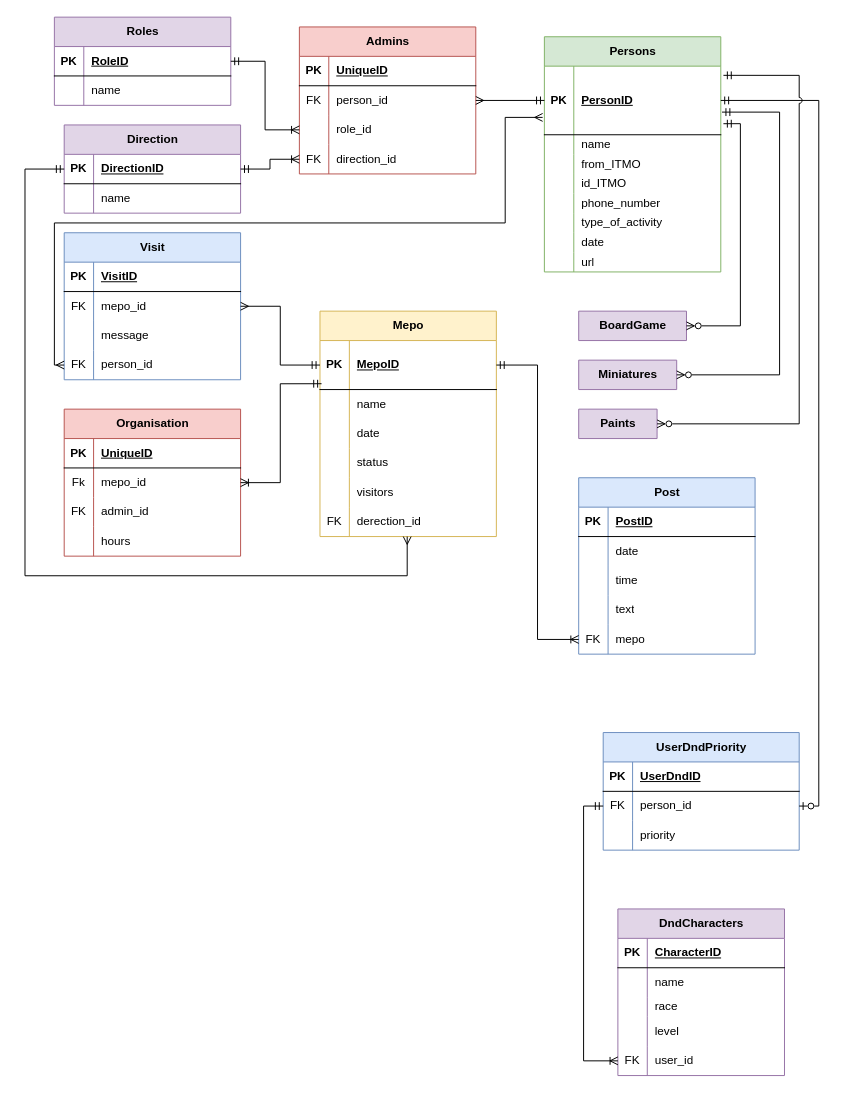
The draw.io diagram venv/Scripts/Тест.drawio in GooDDoGGoD/blog, before the edit. Source tidied: cells renumbered, new cells numbered last; positions are measured from the earlier drawing's top-left corner, leaving out a move shared by most shapes. Both pictures are drawn from the tidied source at 98%, with x=0, y=0 at pixel (24, 17).
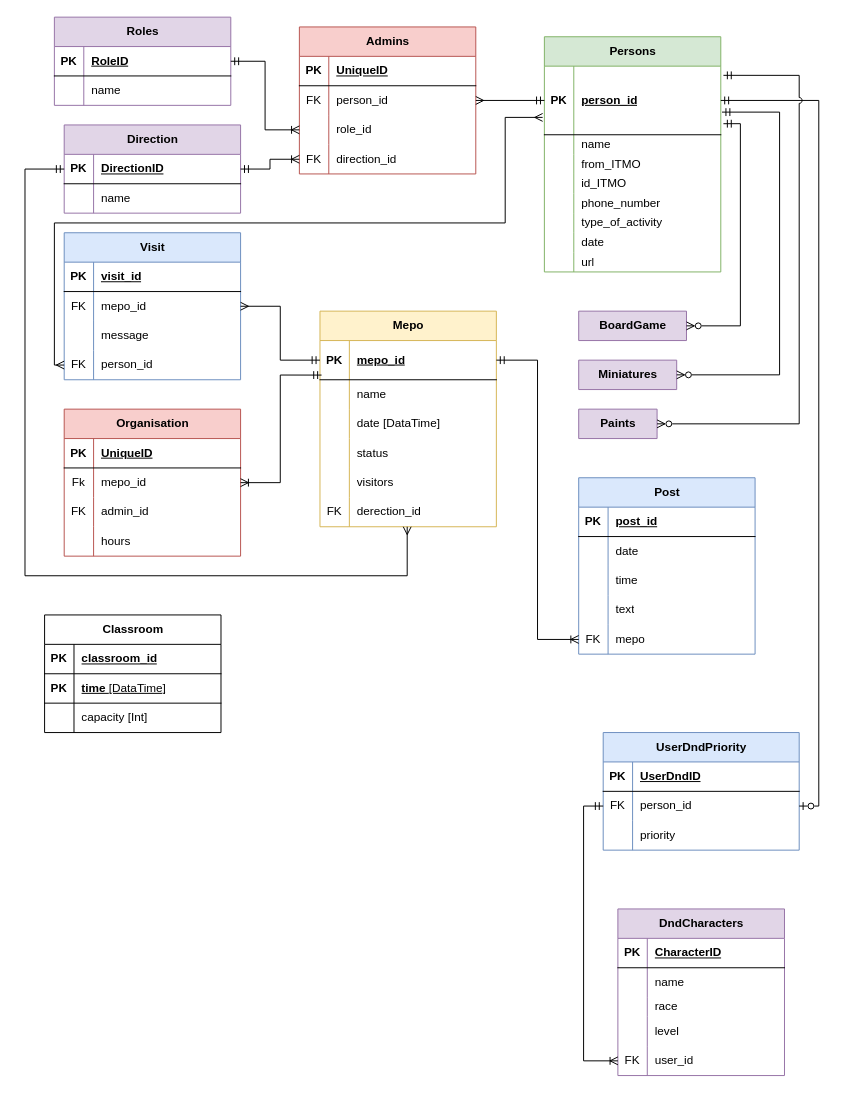
Above is the later version.

Unchanged cells that the change refers to:
```xml
<mxCell id="29" style="shape=tableRow;horizontal=0;startSize=0;swimlaneHead=0;swimlaneBody=0;fillColor=none;points=[[0,0.5],[1,0.5]];portConstraint=eastwest;top=0;left=0;right=0;bottom=1;" parent="28" vertex="1">
  <mxGeometry y="30" width="180" height="70" as="geometry" />
</mxCell>
<mxCell id="85" style="shape=tableRow;horizontal=0;startSize=0;swimlaneHead=0;swimlaneBody=0;fillColor=none;top=0;left=0;right=0;bottom=1;" parent="84" vertex="1">
  <mxGeometry y="30" width="180" height="30" as="geometry" />
</mxCell>
<mxCell id="138" style="shape=tableRow;horizontal=0;startSize=0;swimlaneHead=0;swimlaneBody=0;fillColor=none;top=0;left=0;right=0;bottom=1;" parent="137" vertex="1">
  <mxGeometry y="30" width="180" height="30" as="geometry" />
</mxCell>
```

Change to the diagram source:
```diff
@@
-    <mxCell id="31" value="PersonID" style="shape=partialRectangle;fillColor=none;top=0;left=0;bottom=0;right=0;align=left;spacingLeft=6;fontStyle=5;overflow=hidden;whiteSpace=wrap;html=1;" parent="29" vertex="1">
+    <mxCell id="31" value="person_id" style="shape=partialRectangle;fillColor=none;top=0;left=0;bottom=0;right=0;align=left;spacingLeft=6;fontStyle=5;overflow=hidden;whiteSpace=wrap;html=1;" parent="29" vertex="1">
       <mxGeometry x="30" width="150" height="70" as="geometry" />
     </mxCell>
@@
-    <mxCell id="87" value="VisitID" style="shape=partialRectangle;fillColor=none;top=0;left=0;bottom=0;right=0;align=left;spacingLeft=6;fontStyle=5;overflow=hidden;whiteSpace=wrap;html=1;" parent="85" vertex="1">
+    <mxCell id="87" value="visit_id" style="shape=partialRectangle;fillColor=none;top=0;left=0;bottom=0;right=0;align=left;spacingLeft=6;fontStyle=5;overflow=hidden;whiteSpace=wrap;html=1;" parent="85" vertex="1">
       <mxGeometry x="30" width="150" height="30" as="geometry" />
     </mxCell>
@@
     <mxCell id="97" value="Mepo" style="shape=table;startSize=30;childLayout=tableLayout;rowLines=0;fontStyle=1;align=center;html=1;fillColor=#fff2cc;strokeColor=#d6b656;" parent="1" vertex="1">
-      <mxGeometry x="301" y="300" width="180" height="230" as="geometry" />
+      <mxGeometry x="301" y="300" width="180" height="220" as="geometry" />
     </mxCell>
     <mxCell id="98" style="shape=tableRow;horizontal=0;startSize=0;swimlaneHead=0;swimlaneBody=0;fillColor=none;points=[[0,0.5],[1,0.5]];portConstraint=eastwest;top=0;left=0;right=0;bottom=1;" parent="97" vertex="1">
-      <mxGeometry y="30" width="180" height="50" as="geometry" />
+      <mxGeometry y="30" width="180" height="40" as="geometry" />
     </mxCell>
     <mxCell id="99" value="PK" style="shape=partialRectangle;fillColor=none;top=0;left=0;bottom=0;right=0;fontStyle=1;overflow=hidden;whiteSpace=wrap;html=1;" parent="98" vertex="1">
-      <mxGeometry width="30" height="50" as="geometry" />
+      <mxGeometry width="30" height="40" as="geometry" />
     </mxCell>
-    <mxCell id="100" value="MepoID" style="shape=partialRectangle;fillColor=none;top=0;left=0;bottom=0;right=0;align=left;spacingLeft=6;fontStyle=5;overflow=hidden;whiteSpace=wrap;html=1;" parent="98" vertex="1">
-      <mxGeometry x="30" width="150" height="50" as="geometry" />
+    <mxCell id="100" value="mepo_id" style="shape=partialRectangle;fillColor=none;top=0;left=0;bottom=0;right=0;align=left;spacingLeft=6;fontStyle=5;overflow=hidden;whiteSpace=wrap;html=1;" parent="98" vertex="1">
+      <mxGeometry x="30" width="150" height="40" as="geometry" />
     </mxCell>
     <mxCell id="101" style="shape=tableRow;horizontal=0;startSize=0;swimlaneHead=0;swimlaneBody=0;fillColor=none;top=0;left=0;right=0;bottom=0;" parent="97" vertex="1">
-      <mxGeometry y="80" width="180" height="30" as="geometry" />
+      <mxGeometry y="70" width="180" height="30" as="geometry" />
     </mxCell>
@@
     <mxCell id="104" style="shape=tableRow;horizontal=0;startSize=0;swimlaneHead=0;swimlaneBody=0;fillColor=none;top=0;left=0;right=0;bottom=0;" parent="97" vertex="1">
-      <mxGeometry y="110" width="180" height="30" as="geometry" />
+      <mxGeometry y="100" width="180" height="30" as="geometry" />
     </mxCell>
@@
-    <mxCell id="106" value="date" style="shape=partialRectangle;fillColor=none;top=0;left=0;bottom=0;right=0;align=left;spacingLeft=6;overflow=hidden;whiteSpace=wrap;html=1;" parent="104" vertex="1">
+    <mxCell id="106" value="date [DataTime]" style="shape=partialRectangle;fillColor=none;top=0;left=0;bottom=0;right=0;align=left;spacingLeft=6;overflow=hidden;whiteSpace=wrap;html=1;" parent="104" vertex="1">
       <mxGeometry x="30" width="150" height="30" as="geometry" />
     </mxCell>
     <mxCell id="107" style="shape=tableRow;horizontal=0;startSize=0;swimlaneHead=0;swimlaneBody=0;fillColor=none;top=0;left=0;right=0;bottom=0;" parent="97" vertex="1">
-      <mxGeometry y="140" width="180" height="30" as="geometry" />
+      <mxGeometry y="130" width="180" height="30" as="geometry" />
     </mxCell>
@@
     <mxCell id="110" style="shape=tableRow;horizontal=0;startSize=0;swimlaneHead=0;swimlaneBody=0;fillColor=none;top=0;left=0;right=0;bottom=0;" parent="97" vertex="1">
-      <mxGeometry y="170" width="180" height="30" as="geometry" />
+      <mxGeometry y="160" width="180" height="30" as="geometry" />
     </mxCell>
@@
     <mxCell id="113" style="shape=tableRow;horizontal=0;startSize=0;swimlaneHead=0;swimlaneBody=0;fillColor=none;points=[[0,0.5],[1,0.5]];portConstraint=eastwest;top=0;left=0;right=0;bottom=0;" parent="97" vertex="1">
-      <mxGeometry y="200" width="180" height="30" as="geometry" />
+      <mxGeometry y="190" width="180" height="30" as="geometry" />
     </mxCell>
@@
-    <mxCell id="140" value="PostID" style="shape=partialRectangle;fillColor=none;top=0;left=0;bottom=0;right=0;align=left;spacingLeft=6;fontStyle=5;overflow=hidden;whiteSpace=wrap;html=1;" parent="138" vertex="1">
+    <mxCell id="140" value="post_id" style="shape=partialRectangle;fillColor=none;top=0;left=0;bottom=0;right=0;align=left;spacingLeft=6;fontStyle=5;overflow=hidden;whiteSpace=wrap;html=1;" parent="138" vertex="1">
       <mxGeometry x="30" width="150" height="30" as="geometry" />
     </mxCell>
@@
+    <mxCell id="157" value="Classroom" style="shape=table;startSize=30;childLayout=tableLayout;rowLines=0;fontStyle=1;align=center;html=1;" parent="1" vertex="1">
+      <mxGeometry x="20" y="610" width="180" height="120" as="geometry" />
+    </mxCell>
+    <mxCell id="158" style="shape=tableRow;horizontal=0;startSize=0;swimlaneHead=0;swimlaneBody=0;fillColor=none;top=0;left=0;right=0;bottom=1;" parent="157" vertex="1">
+      <mxGeometry y="30" width="180" height="30" as="geometry" />
+    </mxCell>
+    <mxCell id="159" value="PK" style="shape=partialRectangle;fillColor=none;top=0;left=0;bottom=0;right=0;fontStyle=1;overflow=hidden;whiteSpace=wrap;html=1;" parent="158" vertex="1">
+      <mxGeometry width="30" height="30" as="geometry" />
+    </mxCell>
+    <mxCell id="160" value="classroom_id" style="shape=partialRectangle;fillColor=none;top=0;left=0;bottom=0;right=0;align=left;spacingLeft=6;fontStyle=5;overflow=hidden;whiteSpace=wrap;html=1;" parent="158" vertex="1">
+      <mxGeometry x="30" width="150" height="30" as="geometry" />
+    </mxCell>
+    <mxCell id="161" style="shape=tableRow;horizontal=0;startSize=0;swimlaneHead=0;swimlaneBody=0;fillColor=none;top=0;left=0;right=0;bottom=1;" parent="157" vertex="1">
+      <mxGeometry y="60" width="180" height="30" as="geometry" />
+    </mxCell>
+    <mxCell id="162" value="PK" style="shape=partialRectangle;fillColor=none;top=0;left=0;bottom=0;right=0;fontStyle=1;overflow=hidden;whiteSpace=wrap;html=1;" parent="161" vertex="1">
+      <mxGeometry width="30" height="30" as="geometry" />
+    </mxCell>
+    <mxCell id="163" value="time&amp;nbsp;&lt;span style=&quot;font-weight: 400;&quot;&gt;[DataTime]&lt;/span&gt;" style="shape=partialRectangle;fillColor=none;top=0;left=0;bottom=0;right=0;align=left;spacingLeft=6;fontStyle=5;overflow=hidden;whiteSpace=wrap;html=1;" parent="161" vertex="1">
+      <mxGeometry x="30" width="150" height="30" as="geometry" />
+    </mxCell>
+    <mxCell id="164" style="shape=tableRow;horizontal=0;startSize=0;swimlaneHead=0;swimlaneBody=0;fillColor=none;top=0;left=0;right=0;bottom=0;" parent="157" vertex="1">
+      <mxGeometry y="90" width="180" height="30" as="geometry" />
+    </mxCell>
+    <mxCell id="165" style="shape=partialRectangle;fillColor=none;top=0;left=0;bottom=0;right=0;overflow=hidden;whiteSpace=wrap;html=1;" parent="164" vertex="1">
+      <mxGeometry width="30" height="30" as="geometry" />
+    </mxCell>
+    <mxCell id="166" value="capacity [Int]" style="shape=partialRectangle;fillColor=none;top=0;left=0;bottom=0;right=0;align=left;spacingLeft=6;overflow=hidden;whiteSpace=wrap;html=1;" parent="164" vertex="1">
+      <mxGeometry x="30" width="150" height="30" as="geometry" />
+    </mxCell>
```
